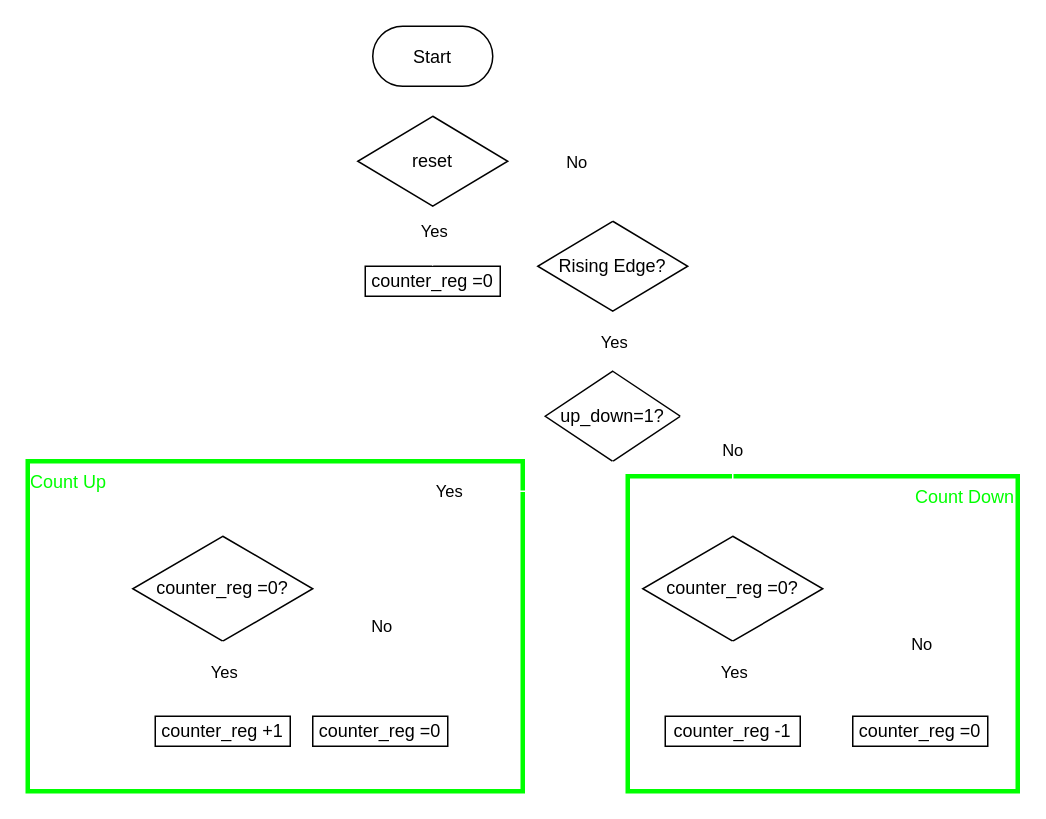
Earlier version of the draw.io diagram 1/AOV.drawio (gordonpow/lab_hardware_test). Source tidied: cells renumbered, new cells numbered last; positions are measured from the earlier drawing's top-left corner, leaving out a move shared by most shapes. Both pictures are drawn from the tidied source at 150%, with x=0, y=0 at pixel (27, 26).
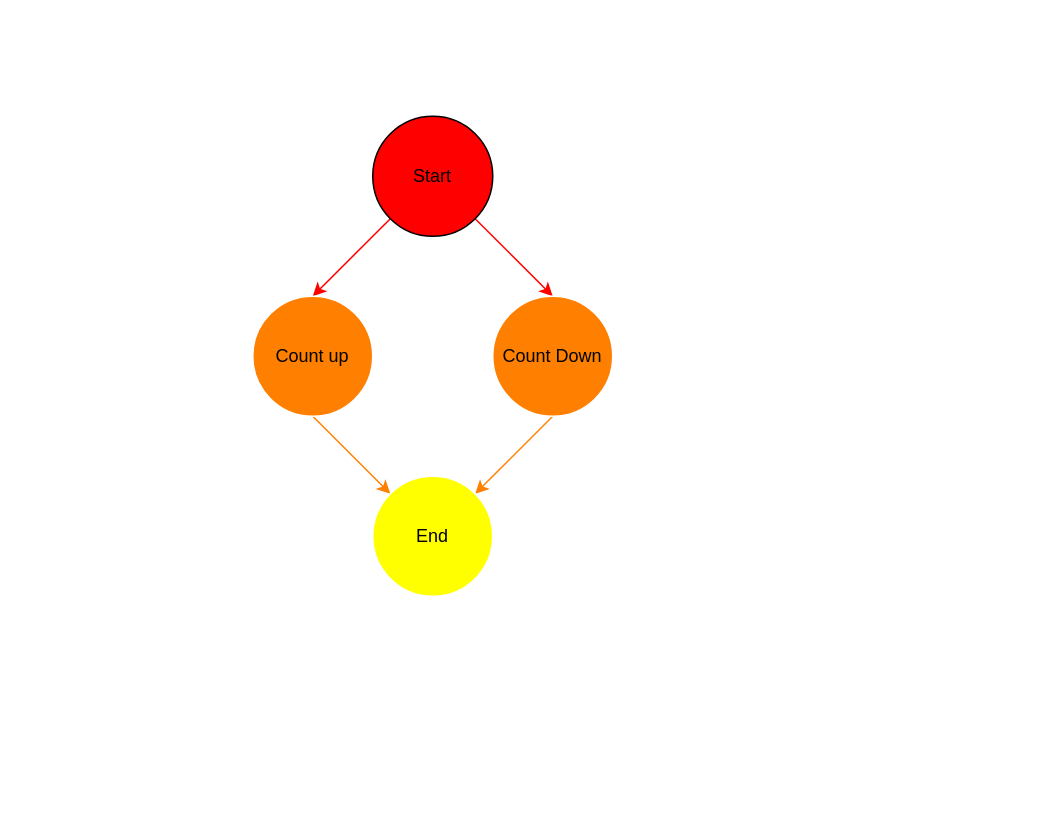
The same diagram, later.

What changed in the source:
```diff
@@
+    <mxCell id="34" style="edgeStyle=none;html=1;exitX=0;exitY=1;exitDx=0;exitDy=0;entryX=0.5;entryY=0;entryDx=0;entryDy=0;fontColor=#FFFFFF;strokeColor=#FF0000;" parent="1" edge="1" source="33" target="37">
+      <mxGeometry relative="1" as="geometry" />
+    </mxCell>
+    <mxCell id="35" style="edgeStyle=none;html=1;exitX=1;exitY=1;exitDx=0;exitDy=0;entryX=0.5;entryY=0;entryDx=0;entryDy=0;fontColor=#FFFFFF;strokeColor=#FF0000;" parent="1" edge="1" source="33" target="2">
+      <mxGeometry relative="1" as="geometry" />
+    </mxCell>
+    <mxCell id="33" value="Start" style="ellipse;whiteSpace=wrap;html=1;fillColor=#FF0000;fontColor=#000000;" parent="1" vertex="1">
+      <mxGeometry x="230" y="60" width="80" height="80" as="geometry" />
+    </mxCell>
+    <mxCell id="36" style="edgeStyle=none;html=1;exitX=0.5;exitY=1;exitDx=0;exitDy=0;fontColor=#FFFFFF;strokeColor=#FF8000;" parent="1" edge="1" source="37" target="39">
+      <mxGeometry relative="1" as="geometry" />
+    </mxCell>
+    <mxCell id="37" value="Count up" style="ellipse;whiteSpace=wrap;html=1;fontColor=#000000;strokeColor=#FFFFFF;fillColor=#FF8000;" parent="1" vertex="1">
+      <mxGeometry x="150" y="180" width="80" height="80" as="geometry" />
+    </mxCell>
+    <mxCell id="38" style="edgeStyle=none;html=1;exitX=0.5;exitY=1;exitDx=0;exitDy=0;fontColor=#FFFFFF;strokeColor=#FF8000;" parent="1" edge="1" source="2" target="39">
+      <mxGeometry relative="1" as="geometry" />
+    </mxCell>
-    <mxCell id="2" value="&lt;font color=&quot;#00ff00&quot;&gt;Count Down&lt;/font&gt;" style="rounded=0;whiteSpace=wrap;html=1;labelBackgroundColor=none;fillColor=none;strokeWidth=3;align=right;strokeColor=#00FF00;horizontal=1;verticalAlign=top;" parent="1" vertex="1">
-      <mxGeometry x="400" y="300" width="260" height="210" as="geometry" />
+    <mxCell id="2" value="Count Down" style="ellipse;whiteSpace=wrap;html=1;fontColor=#000000;strokeColor=#FFFFFF;fillColor=#FF8000;" parent="1" vertex="1">
+      <mxGeometry x="310" y="180" width="80" height="80" as="geometry" />
     </mxCell>
-    <mxCell id="3" value="&lt;font color=&quot;#00ff00&quot;&gt;Count Up&lt;/font&gt;" style="rounded=0;whiteSpace=wrap;html=1;labelBackgroundColor=none;fillColor=none;strokeWidth=3;align=left;strokeColor=#00FF00;horizontal=1;verticalAlign=top;" parent="1" vertex="1">
-      <mxGeometry y="290" width="330" height="220" as="geometry" />
-    </mxCell>
-    <mxCell id="4" style="edgeStyle=none;html=1;exitX=0.5;exitY=1;exitDx=0;exitDy=0;entryX=0.5;entryY=0;entryDx=0;entryDy=0;strokeColor=#FFFFFF;" parent="1" edge="1" source="5" target="24">
-      <mxGeometry relative="1" as="geometry" />
-    </mxCell>
-    <mxCell id="5" value="Start" style="rounded=1;arcSize=50;" parent="1" vertex="1">
-      <mxGeometry x="230" width="80" height="40" as="geometry" />
-    </mxCell>
-    <mxCell id="6" style="html=1;exitX=0.5;exitY=1;exitDx=0;exitDy=0;entryX=0.5;entryY=0;entryDx=0;entryDy=0;strokeColor=#FFFFFF;" parent="1" edge="1" source="8" target="9">
-      <mxGeometry relative="1" as="geometry" />
-    </mxCell>
-    <mxCell id="7" value="Yes" style="edgeLabel;html=1;align=center;verticalAlign=middle;" parent="6" vertex="1">
-      <mxGeometry x="0.19" relative="1" as="geometry">
-        <mxPoint y="-4" as="offset" />
-      </mxGeometry>
-    </mxCell>
-    <mxCell id="8" value="Rising Edge?" style="rhombus;whiteSpace=wrap;html=1;" parent="1" vertex="1">
-      <mxGeometry x="340" y="130" width="100" height="60" as="geometry" />
-    </mxCell>
-    <mxCell id="9" value="up_down=1?" style="rhombus;whiteSpace=wrap;html=1;" parent="1" vertex="1">
-      <mxGeometry x="345" y="230" width="90" height="60" as="geometry" />
-    </mxCell>
-    <mxCell id="10" value="Yes" style="edgeStyle=orthogonalEdgeStyle;rounded=0;jettySize=auto;html=1;exitX=0.5;exitY=1;exitDx=0;exitDy=0;entryX=0.5;entryY=0;entryDx=0;entryDy=0;strokeColor=#FFFFFF;" parent="1" edge="1" source="9" target="14">
-      <mxGeometry x="-0.17" relative="1" as="geometry">
-        <Array as="points">
-          <mxPoint x="390" y="310" />
-          <mxPoint x="130" y="310" />
-        </Array>
-      </mxGeometry>
-    </mxCell>
-    <mxCell id="11" value="No" style="edgeStyle=orthogonalEdgeStyle;rounded=0;jettySize=auto;html=1;exitX=1;exitY=0.5;exitDx=0;exitDy=0;entryX=0.5;entryY=0;entryDx=0;entryDy=0;strokeColor=#FFFFFF;" parent="1" edge="1" source="9" target="27">
-      <mxGeometry relative="1" as="geometry">
-        <Array as="points">
-          <mxPoint x="470" y="260" />
-        </Array>
-      </mxGeometry>
-    </mxCell>
-    <mxCell id="12" style="edgeStyle=none;html=1;exitX=1;exitY=0.5;exitDx=0;exitDy=0;entryX=0.5;entryY=0;entryDx=0;entryDy=0;strokeColor=#FFFFFF;" parent="1" edge="1" source="14" target="17">
-      <mxGeometry relative="1" as="geometry">
-        <Array as="points">
-          <mxPoint x="235" y="375" />
-        </Array>
-      </mxGeometry>
-    </mxCell>
-    <mxCell id="13" value="No" style="edgeLabel;html=1;align=center;verticalAlign=middle;" parent="12" vertex="1">
-      <mxGeometry x="0.06" relative="1" as="geometry" />
-    </mxCell>
-    <mxCell id="14" value="counter_reg =0?" style="rhombus;whiteSpace=wrap;html=1;" parent="1" vertex="1">
-      <mxGeometry x="70" y="340" width="120" height="70" as="geometry" />
-    </mxCell>
-    <mxCell id="15" style="endArrow=classic;html=1;exitX=0.5;exitY=1;exitDx=0;exitDy=0;entryX=0.5;entryY=0;entryDx=0;entryDy=0;strokeColor=#FFFFFF;" parent="1" edge="1" source="14">
-      <mxGeometry relative="1" as="geometry">
-        <mxPoint x="130" y="460" as="targetPoint" />
-      </mxGeometry>
-    </mxCell>
-    <mxCell id="16" value="Yes" style="edgeLabel;html=1;align=center;verticalAlign=middle;" parent="15" vertex="1">
-      <mxGeometry x="-0.28" relative="1" as="geometry">
-        <mxPoint y="2" as="offset" />
-      </mxGeometry>
-    </mxCell>
-    <mxCell id="17" value="counter_reg =0" style="rounded=0;whiteSpace=wrap;html=1;" parent="1" vertex="1">
-      <mxGeometry x="190" y="460" width="90" height="20" as="geometry" />
-    </mxCell>
-    <mxCell id="18" style="endArrow=none;html=1;entryX=0;entryY=0.5;entryDx=0;entryDy=0;edgeStyle=orthogonalEdgeStyle;strokeColor=#FFFFFF;" parent="1" edge="1" target="32">
-      <mxGeometry relative="1" as="geometry">
-        <mxPoint x="130" y="310" as="sourcePoint" />
-        <Array as="points">
-          <mxPoint x="60" y="310" />
-          <mxPoint x="60" y="470" />
-        </Array>
-      </mxGeometry>
-    </mxCell>
-    <mxCell id="19" value="counter_reg =0" style="rounded=0;whiteSpace=wrap;html=1;" parent="1" vertex="1">
-      <mxGeometry x="225" y="160" width="90" height="20" as="geometry" />
-    </mxCell>
-    <mxCell id="20" style="edgeStyle=none;html=1;exitX=0.5;exitY=1;exitDx=0;exitDy=0;entryX=0.5;entryY=0;entryDx=0;entryDy=0;strokeColor=#FFFFFF;" parent="1" edge="1" source="24" target="19">
-      <mxGeometry relative="1" as="geometry" />
-    </mxCell>
-    <mxCell id="21" value="Yes" style="edgeLabel;html=1;align=center;verticalAlign=middle;" parent="20" vertex="1">
-      <mxGeometry x="-0.22" relative="1" as="geometry" />
-    </mxCell>
-    <mxCell id="22" style="edgeStyle=none;html=1;exitX=1;exitY=0.5;exitDx=0;exitDy=0;entryX=0.5;entryY=0;entryDx=0;entryDy=0;strokeColor=#FFFFFF;" parent="1" edge="1" source="24" target="8">
-      <mxGeometry relative="1" as="geometry">
-        <Array as="points">
-          <mxPoint x="390" y="90" />
-        </Array>
-      </mxGeometry>
-    </mxCell>
-    <mxCell id="23" value="No" style="edgeLabel;html=1;align=center;verticalAlign=middle;" parent="22" vertex="1">
-      <mxGeometry x="-0.19" relative="1" as="geometry" />
-    </mxCell>
-    <mxCell id="24" value="reset" style="rhombus;whiteSpace=wrap;html=1;" parent="1" vertex="1">
-      <mxGeometry x="220" y="60" width="100" height="60" as="geometry" />
-    </mxCell>
-    <mxCell id="25" style="edgeStyle=none;html=1;exitX=1;exitY=0.5;exitDx=0;exitDy=0;entryX=0.5;entryY=0;entryDx=0;entryDy=0;strokeColor=#FFFFFF;" parent="1" edge="1" source="27" target="31">
-      <mxGeometry relative="1" as="geometry">
-        <Array as="points">
-          <mxPoint x="595" y="375" />
-        </Array>
-      </mxGeometry>
-    </mxCell>
-    <mxCell id="26" value="No" style="edgeLabel;html=1;align=center;verticalAlign=middle;" parent="25" vertex="1">
-      <mxGeometry x="0.34" relative="1" as="geometry" />
-    </mxCell>
-    <mxCell id="27" value="counter_reg =0?" style="rhombus;whiteSpace=wrap;html=1;" parent="1" vertex="1">
-      <mxGeometry x="410" y="340" width="120" height="70" as="geometry" />
-    </mxCell>
-    <mxCell id="28" style="edgeStyle=none;html=1;exitX=1;exitY=0.5;exitDx=0;exitDy=0;strokeColor=#FFFFFF;" parent="1" edge="1" source="33">
-      <mxGeometry relative="1" as="geometry">
-        <mxPoint x="470" y="310" as="targetPoint" />
-        <Array as="points">
-          <mxPoint x="540" y="470" />
-          <mxPoint x="540" y="310" />
-        </Array>
-      </mxGeometry>
-    </mxCell>
-    <mxCell id="29" style="endArrow=classic;html=1;exitX=0.5;exitY=1;exitDx=0;exitDy=0;entryX=0.5;entryY=0;entryDx=0;entryDy=0;strokeColor=#FFFFFF;" parent="1" edge="1" source="27">
-      <mxGeometry relative="1" as="geometry">
-        <mxPoint x="470" y="460" as="targetPoint" />
-      </mxGeometry>
-    </mxCell>
-    <mxCell id="30" value="Yes" style="edgeLabel;html=1;align=center;verticalAlign=middle;" parent="29" vertex="1">
-      <mxGeometry x="-0.28" relative="1" as="geometry">
-        <mxPoint y="2" as="offset" />
-      </mxGeometry>
-    </mxCell>
-    <mxCell id="31" value="counter_reg =0" style="rounded=0;whiteSpace=wrap;html=1;" parent="1" vertex="1">
-      <mxGeometry x="550" y="460" width="90" height="20" as="geometry" />
-    </mxCell>
-    <mxCell id="32" value="counter_reg +1" style="rounded=0;whiteSpace=wrap;html=1;" parent="1" vertex="1">
-      <mxGeometry x="85" y="460" width="90" height="20" as="geometry" />
-    </mxCell>
-    <mxCell id="33" value="counter_reg -1" style="rounded=0;whiteSpace=wrap;html=1;" parent="1" vertex="1">
-      <mxGeometry x="425" y="460" width="90" height="20" as="geometry" />
-    </mxCell>
+    <mxCell id="39" value="End" style="ellipse;whiteSpace=wrap;html=1;fontColor=#000000;strokeColor=#FFFFFF;fillColor=#FFFF00;" parent="1" vertex="1">
+      <mxGeometry x="230" y="300" width="80" height="80" as="geometry" />
+    </mxCell>
```
